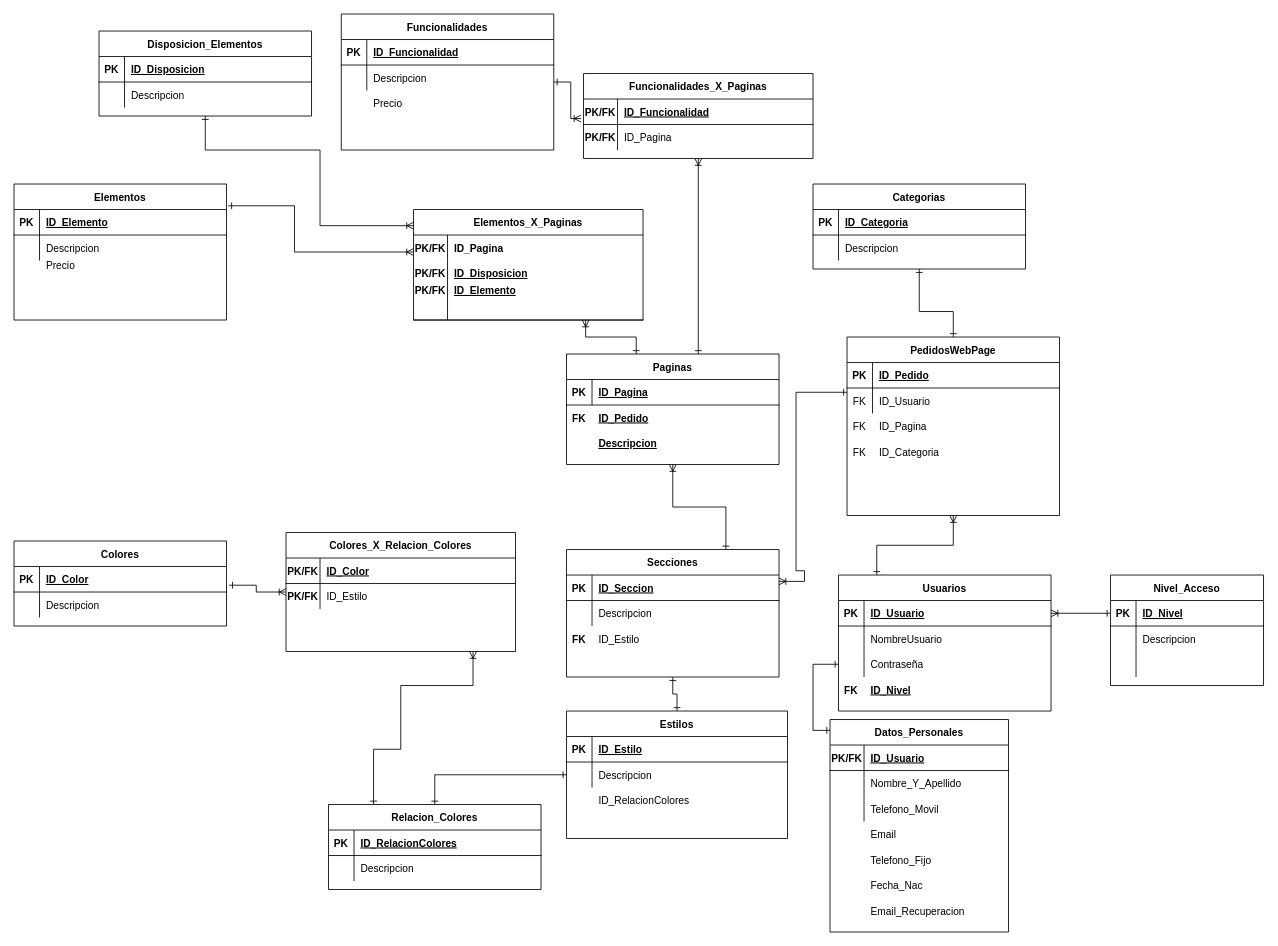
Before: TPC_Ferreira_Huarcaya/Diagramas/DiagramaSQL.drawio in Cout-Nico-F/TPC_Ferreira_Huarcaya, a draw.io diagram. Source tidied: cells renumbered, new cells numbered last; positions are measured from the earlier drawing's top-left corner, leaving out a move shared by most shapes. Both pictures are drawn from the tidied source at 85%, with x=0, y=0 at pixel (14, 14).
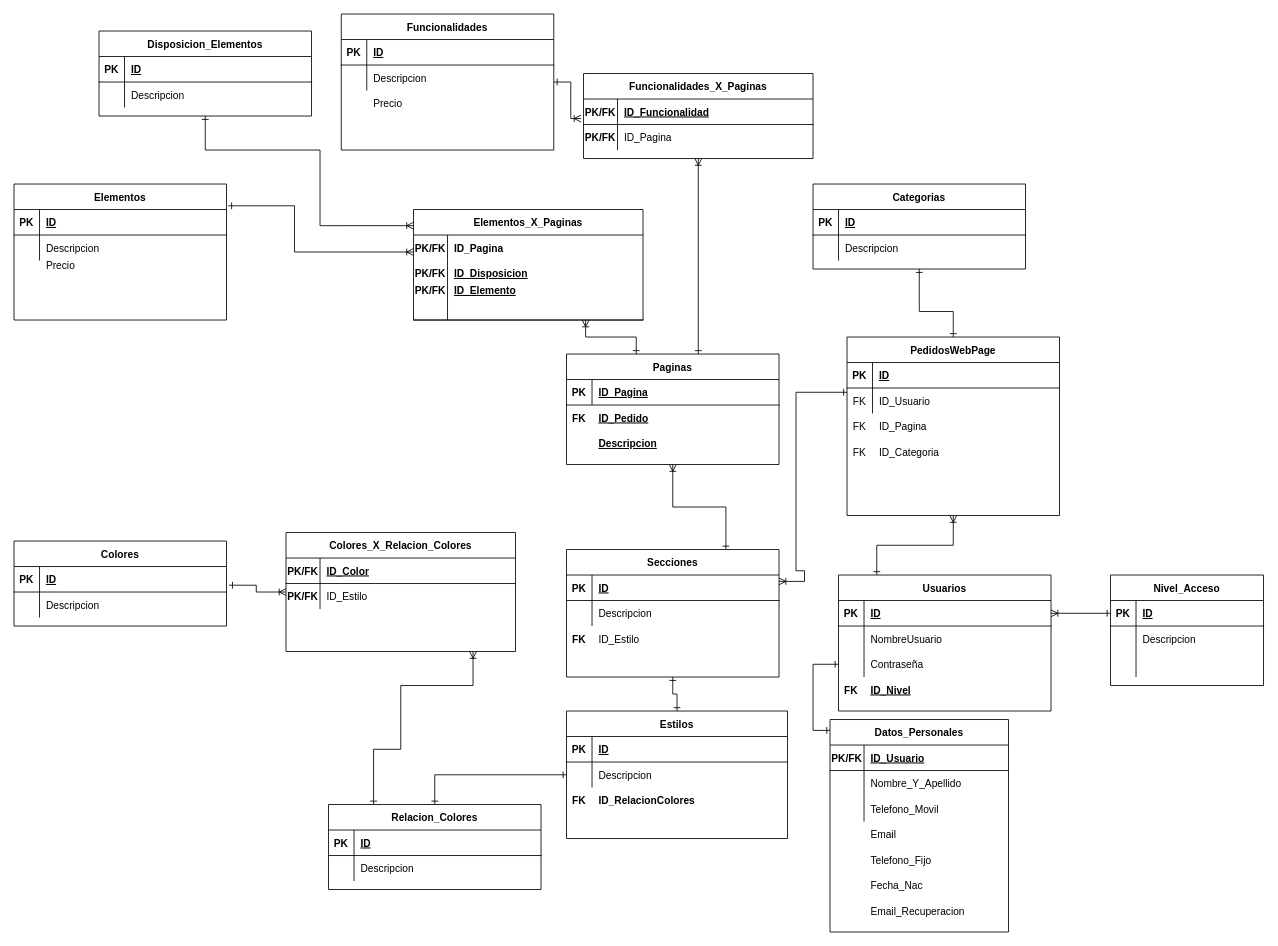
Above is the later version.

Commit message:
Cambiados ID_Tabla por ID cuando son PK, Agregada FK a Estilos

The change refers to these unchanged cells:
```xml
<mxCell id="40" style="shape=partialRectangle;fillColor=none;top=0;left=0;right=0;bottom=1;" parent="39" vertex="1">
  <mxGeometry y="30" width="250" height="30" as="geometry" />
</mxCell>
<mxCell id="47" style="shape=partialRectangle;fillColor=none;top=0;left=0;right=0;bottom=1;" parent="46" vertex="1">
  <mxGeometry y="30" width="250" height="30" as="geometry" />
</mxCell>
<mxCell id="56" style="shape=partialRectangle;fillColor=none;top=0;left=0;right=0;bottom=1;" parent="55" vertex="1">
  <mxGeometry y="30" width="250" height="30" as="geometry" />
</mxCell>
<mxCell id="65" style="shape=partialRectangle;fillColor=none;top=0;left=0;right=0;bottom=1;" parent="64" vertex="1">
  <mxGeometry y="30" width="250" height="30" as="geometry" />
</mxCell>
<mxCell id="72" style="shape=partialRectangle;fillColor=none;top=0;left=0;right=0;bottom=1;" parent="71" vertex="1">
  <mxGeometry y="30" width="260" height="30" as="geometry" />
</mxCell>
<mxCell id="83" style="shape=partialRectangle;fillColor=none;top=0;left=0;right=0;bottom=1;" parent="82" vertex="1">
  <mxGeometry y="30" width="250" height="30" as="geometry" />
</mxCell>
<mxCell id="97" style="shape=partialRectangle;fillColor=none;points=[[0,0.5],[1,0.5]];portConstraint=eastwest;top=0;left=0;right=0;bottom=1;" parent="96" vertex="1">
  <mxGeometry y="30" width="250" height="30" as="geometry" />
</mxCell>
<mxCell id="111" style="shape=partialRectangle;fillColor=none;top=0;left=0;right=0;bottom=1;" parent="110" vertex="1">
  <mxGeometry y="30" width="250" height="30" as="geometry" />
</mxCell>
<mxCell id="118" style="shape=partialRectangle;fillColor=none;top=0;left=0;right=0;bottom=1;" parent="117" vertex="1">
  <mxGeometry y="30" width="250" height="30" as="geometry" />
</mxCell>
<mxCell id="125" style="shape=partialRectangle;fillColor=none;points=[[0,0.5],[1,0.5]];portConstraint=eastwest;top=0;left=0;right=0;bottom=1;" parent="124" vertex="1">
  <mxGeometry y="30" width="180" height="30" as="geometry" />
</mxCell>
<mxCell id="135" style="shape=partialRectangle;fillColor=none;points=[[0,0.5],[1,0.5]];portConstraint=eastwest;top=0;left=0;right=0;bottom=1;" parent="134" vertex="1">
  <mxGeometry y="30" width="250" height="30" as="geometry" />
</mxCell>
```

Change to the diagram source:
```diff
@@
-    <mxCell id="42" value="ID_Disposicion" style="shape=partialRectangle;overflow=hidden;fillColor=none;top=0;left=0;bottom=0;right=0;align=left;spacingLeft=6;fontStyle=5;" parent="40" vertex="1">
+    <mxCell id="42" value="ID" style="shape=partialRectangle;overflow=hidden;fillColor=none;top=0;left=0;bottom=0;right=0;align=left;spacingLeft=6;fontStyle=5;" parent="40" vertex="1">
       <mxGeometry x="30" width="220" height="30" as="geometry" />
     </mxCell>
@@
-    <mxCell id="49" value="ID_Elemento" style="shape=partialRectangle;overflow=hidden;fillColor=none;top=0;left=0;bottom=0;right=0;align=left;spacingLeft=6;fontStyle=5;" parent="47" vertex="1">
+    <mxCell id="49" value="ID" style="shape=partialRectangle;overflow=hidden;fillColor=none;top=0;left=0;bottom=0;right=0;align=left;spacingLeft=6;fontStyle=5;" parent="47" vertex="1">
       <mxGeometry x="30" width="220" height="30" as="geometry" />
     </mxCell>
@@
-    <mxCell id="58" value="ID_Funcionalidad" style="shape=partialRectangle;overflow=hidden;fillColor=none;top=0;left=0;bottom=0;right=0;align=left;spacingLeft=6;fontStyle=5;" parent="56" vertex="1">
+    <mxCell id="58" value="ID" style="shape=partialRectangle;overflow=hidden;fillColor=none;top=0;left=0;bottom=0;right=0;align=left;spacingLeft=6;fontStyle=5;" parent="56" vertex="1">
       <mxGeometry x="30" width="220" height="30" as="geometry" />
     </mxCell>
@@
-    <mxCell id="67" value="ID_Seccion" style="shape=partialRectangle;overflow=hidden;fillColor=none;top=0;left=0;bottom=0;right=0;align=left;spacingLeft=6;fontStyle=5;" parent="65" vertex="1">
+    <mxCell id="67" value="ID" style="shape=partialRectangle;overflow=hidden;fillColor=none;top=0;left=0;bottom=0;right=0;align=left;spacingLeft=6;fontStyle=5;" parent="65" vertex="1">
       <mxGeometry x="30" width="220" height="30" as="geometry" />
     </mxCell>
@@
-    <mxCell id="74" value="ID_Estilo" style="shape=partialRectangle;overflow=hidden;fillColor=none;top=0;left=0;bottom=0;right=0;align=left;spacingLeft=6;fontStyle=5;" parent="72" vertex="1">
+    <mxCell id="74" value="ID" style="shape=partialRectangle;overflow=hidden;fillColor=none;top=0;left=0;bottom=0;right=0;align=left;spacingLeft=6;fontStyle=5;" parent="72" vertex="1">
       <mxGeometry x="30" width="230" height="30" as="geometry" />
     </mxCell>
@@
-    <mxCell id="81" value="ID_RelacionColores" style="shape=partialRectangle;overflow=hidden;fillColor=none;top=0;left=0;bottom=0;right=0;align=left;spacingLeft=6;" parent="1" vertex="1">
+    <mxCell id="81" value="ID_RelacionColores" style="shape=partialRectangle;overflow=hidden;fillColor=none;top=0;left=0;bottom=0;right=0;align=left;spacingLeft=6;fontStyle=1;" parent="1" vertex="1">
       <mxGeometry x="680" y="910" width="230" height="30" as="geometry" />
     </mxCell>
@@
-    <mxCell id="85" value="ID_RelacionColores" style="shape=partialRectangle;overflow=hidden;fillColor=none;top=0;left=0;bottom=0;right=0;align=left;spacingLeft=6;fontStyle=5;" parent="83" vertex="1">
+    <mxCell id="85" value="ID" style="shape=partialRectangle;overflow=hidden;fillColor=none;top=0;left=0;bottom=0;right=0;align=left;spacingLeft=6;fontStyle=5;" parent="83" vertex="1">
       <mxGeometry x="30" width="220" height="30" as="geometry" />
     </mxCell>
@@
-    <mxCell id="99" value="ID_Color" style="shape=partialRectangle;overflow=hidden;fillColor=none;top=0;left=0;bottom=0;right=0;align=left;spacingLeft=6;fontStyle=5;" parent="97" vertex="1">
+    <mxCell id="99" value="ID" style="shape=partialRectangle;overflow=hidden;fillColor=none;top=0;left=0;bottom=0;right=0;align=left;spacingLeft=6;fontStyle=5;" parent="97" vertex="1">
       <mxGeometry x="30" width="220" height="30" as="geometry" />
     </mxCell>
@@
-    <mxCell id="113" value="ID_Pedido" style="shape=partialRectangle;overflow=hidden;fillColor=none;top=0;left=0;bottom=0;right=0;align=left;spacingLeft=6;fontStyle=5;" parent="111" vertex="1">
+    <mxCell id="113" value="ID" style="shape=partialRectangle;overflow=hidden;fillColor=none;top=0;left=0;bottom=0;right=0;align=left;spacingLeft=6;fontStyle=5;" parent="111" vertex="1">
       <mxGeometry x="30" width="220" height="30" as="geometry" />
     </mxCell>
@@
-    <mxCell id="120" value="ID_Categoria" style="shape=partialRectangle;overflow=hidden;fillColor=none;top=0;left=0;bottom=0;right=0;align=left;spacingLeft=6;fontStyle=5;" parent="118" vertex="1">
+    <mxCell id="120" value="ID" style="shape=partialRectangle;overflow=hidden;fillColor=none;top=0;left=0;bottom=0;right=0;align=left;spacingLeft=6;fontStyle=5;" parent="118" vertex="1">
       <mxGeometry x="30" width="220" height="30" as="geometry" />
     </mxCell>
@@
-    <mxCell id="127" value="ID_Nivel" style="shape=partialRectangle;overflow=hidden;fillColor=none;top=0;left=0;bottom=0;right=0;align=left;spacingLeft=6;fontStyle=5;" parent="125" vertex="1">
+    <mxCell id="127" value="ID" style="shape=partialRectangle;overflow=hidden;fillColor=none;top=0;left=0;bottom=0;right=0;align=left;spacingLeft=6;fontStyle=5;" parent="125" vertex="1">
       <mxGeometry x="30" width="150" height="30" as="geometry" />
     </mxCell>
@@
-    <mxCell id="137" value="ID_Usuario" style="shape=partialRectangle;overflow=hidden;fillColor=none;top=0;left=0;bottom=0;right=0;align=left;spacingLeft=6;fontStyle=5;" parent="135" vertex="1">
+    <mxCell id="137" value="ID" style="shape=partialRectangle;overflow=hidden;fillColor=none;top=0;left=0;bottom=0;right=0;align=left;spacingLeft=6;fontStyle=5;" parent="135" vertex="1">
       <mxGeometry x="30" width="220" height="30" as="geometry" />
     </mxCell>
@@
+    <mxCell id="156" value="FK" style="shape=partialRectangle;overflow=hidden;fillColor=none;top=0;left=0;bottom=0;right=0;fontStyle=1;" parent="1" vertex="1">
+      <mxGeometry x="650" y="910" width="30" height="30" as="geometry" />
+    </mxCell>
```
